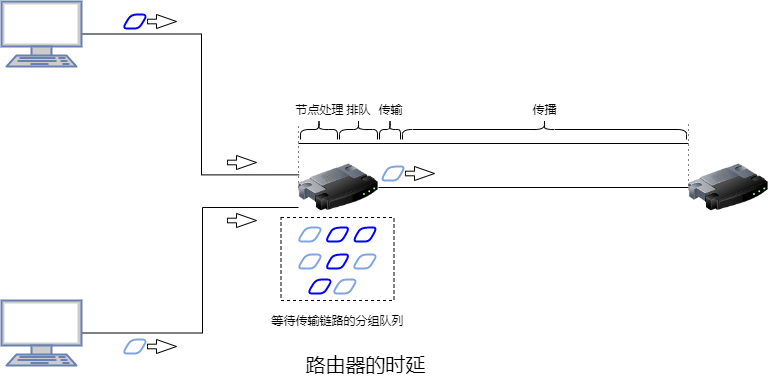
Earlier version of the draw.io export computer-networking/img/total_nodal_delay_of_router.png (an-die-freude/computer-network-note). Source tidied: cells renumbered, new cells last; positions are measured from the earlier drawing's top-left corner, leaving out a move shared by most shapes. The source it was exported from:
```xml
<mxGraphModel>
  <root>
    <mxCell id="0" />
    <mxCell id="1" parent="0" />
    <mxCell id="2" style="edgeStyle=orthogonalEdgeStyle;rounded=0;jettySize=auto;html=1;entryX=0.008;entryY=0.342;entryDx=0;entryDy=0;endArrow=none;endFill=0;entryPerimeter=0;" parent="1" edge="1" source="3">
      <mxGeometry relative="1" as="geometry">
        <mxPoint x="297.6" y="173.4" as="targetPoint" />
        <Array as="points">
          <mxPoint x="200" y="33" />
          <mxPoint x="200" y="173" />
        </Array>
      </mxGeometry>
    </mxCell>
    <mxCell id="3" style="fontColor=#0066CC;verticalAlign=top;verticalLabelPosition=bottom;labelPosition=center;align=center;html=1;outlineConnect=0;fillColor=#CCCCCC;strokeColor=#6881B3;gradientColor=none;gradientDirection=north;strokeWidth=2;shape=mxgraph.networks.terminal;" parent="1" vertex="1">
      <mxGeometry width="80" height="65" as="geometry" />
    </mxCell>
    <mxCell id="4" style="edgeStyle=orthogonalEdgeStyle;rounded=0;jettySize=auto;html=1;entryX=0;entryY=0.75;entryDx=0;entryDy=0;endArrow=none;endFill=0;" parent="1" edge="1" source="5">
      <mxGeometry relative="1" as="geometry">
        <mxPoint x="297" y="206" as="targetPoint" />
        <Array as="points">
          <mxPoint x="201" y="332" />
          <mxPoint x="201" y="206" />
        </Array>
      </mxGeometry>
    </mxCell>
    <mxCell id="5" style="fontColor=#0066CC;verticalAlign=top;verticalLabelPosition=bottom;labelPosition=center;align=center;html=1;outlineConnect=0;fillColor=#CCCCCC;strokeColor=#6881B3;gradientColor=none;gradientDirection=north;strokeWidth=2;shape=mxgraph.networks.terminal;" parent="1" vertex="1">
      <mxGeometry y="299" width="80" height="65" as="geometry" />
    </mxCell>
    <mxCell id="6" style="shape=parallelogram;html=1;strokeWidth=2;perimeter=parallelogramPerimeter;whiteSpace=wrap;rounded=1;arcSize=12;size=0.340001220703125;strokeColor=#0000FF;" parent="1" vertex="1">
      <mxGeometry x="121" y="13" width="25" height="14" as="geometry" />
    </mxCell>
    <mxCell id="7" style="html=1;shadow=0;dashed=0;align=center;verticalAlign=middle;shape=mxgraph.arrows2.arrow;dy=0.67;dx=20;notch=0;" parent="1" vertex="1">
      <mxGeometry x="146" y="13" width="29" height="14" as="geometry" />
    </mxCell>
    <mxCell id="8" style="shape=parallelogram;html=1;strokeWidth=2;perimeter=parallelogramPerimeter;whiteSpace=wrap;rounded=1;arcSize=12;size=0.340001220703125;strokeColor=#7EA6E0;" parent="1" vertex="1">
      <mxGeometry x="121" y="338" width="25" height="14" as="geometry" />
    </mxCell>
    <mxCell id="9" style="html=1;shadow=0;dashed=0;align=center;verticalAlign=middle;shape=mxgraph.arrows2.arrow;dy=0.67;dx=20;notch=0;" parent="1" vertex="1">
      <mxGeometry x="146" y="338" width="29" height="14" as="geometry" />
    </mxCell>
    <mxCell id="10" style="shape=parallelogram;html=1;strokeWidth=2;perimeter=parallelogramPerimeter;whiteSpace=wrap;rounded=1;arcSize=38;size=0.340001220703125;strokeColor=#0000FF;" parent="1" vertex="1">
      <mxGeometry x="323.5" y="226" width="25" height="14" as="geometry" />
    </mxCell>
    <mxCell id="11" style="shape=parallelogram;html=1;strokeWidth=2;perimeter=parallelogramPerimeter;whiteSpace=wrap;rounded=1;arcSize=38;size=0.340001220703125;strokeColor=#0000FF;" parent="1" vertex="1">
      <mxGeometry x="323.5" y="253" width="25" height="14" as="geometry" />
    </mxCell>
    <mxCell id="12" style="shape=parallelogram;html=1;strokeWidth=2;perimeter=parallelogramPerimeter;whiteSpace=wrap;rounded=1;arcSize=38;size=0.340001220703125;strokeColor=#0000FF;" parent="1" vertex="1">
      <mxGeometry x="351" y="226" width="25" height="14" as="geometry" />
    </mxCell>
    <mxCell id="13" style="shape=parallelogram;html=1;strokeWidth=2;perimeter=parallelogramPerimeter;whiteSpace=wrap;rounded=1;arcSize=12;size=0.340001220703125;strokeColor=#7EA6E0;" parent="1" vertex="1">
      <mxGeometry x="296" y="253" width="25" height="14" as="geometry" />
    </mxCell>
    <mxCell id="14" style="shape=parallelogram;html=1;strokeWidth=2;perimeter=parallelogramPerimeter;whiteSpace=wrap;rounded=1;arcSize=12;size=0.340001220703125;strokeColor=#7EA6E0;" parent="1" vertex="1">
      <mxGeometry x="296" y="226" width="25" height="14" as="geometry" />
    </mxCell>
    <mxCell id="15" style="shape=parallelogram;html=1;strokeWidth=2;perimeter=parallelogramPerimeter;whiteSpace=wrap;rounded=1;arcSize=12;size=0.340001220703125;strokeColor=#7EA6E0;" parent="1" vertex="1">
      <mxGeometry x="351" y="253" width="25" height="14" as="geometry" />
    </mxCell>
    <mxCell id="16" style="shape=parallelogram;html=1;strokeWidth=2;perimeter=parallelogramPerimeter;whiteSpace=wrap;rounded=1;arcSize=12;size=0.340001220703125;strokeColor=#0000FF;" parent="1" vertex="1">
      <mxGeometry x="306" y="278" width="25" height="14" as="geometry" />
    </mxCell>
    <mxCell id="17" style="shape=parallelogram;html=1;strokeWidth=2;perimeter=parallelogramPerimeter;whiteSpace=wrap;rounded=1;arcSize=12;size=0.340001220703125;strokeColor=#7EA6E0;" parent="1" vertex="1">
      <mxGeometry x="331" y="278" width="25" height="14" as="geometry" />
    </mxCell>
    <mxCell id="18" style="rounded=0;whiteSpace=wrap;html=1;strokeColor=#000000;fillColor=none;dashed=1;" parent="1" vertex="1">
      <mxGeometry x="279.5" y="216" width="113" height="83" as="geometry" />
    </mxCell>
    <mxCell id="19" value="等待传输链路的分组队列" style="text;html=1;align=center;verticalAlign=middle;strokeColor=none;fillColor=none;" parent="1" vertex="1">
      <mxGeometry x="265" y="311" width="142" height="18" as="geometry" />
    </mxCell>
    <mxCell id="20" style="html=1;shadow=0;dashed=0;align=center;verticalAlign=middle;shape=mxgraph.arrows2.arrow;dy=0.67;dx=20;notch=0;" parent="1" vertex="1">
      <mxGeometry x="404" y="165" width="29" height="14" as="geometry" />
    </mxCell>
    <mxCell id="21" style="shape=parallelogram;html=1;strokeWidth=2;perimeter=parallelogramPerimeter;whiteSpace=wrap;rounded=1;arcSize=50;size=0.340001220703125;strokeColor=#7EA6E0;" parent="1" vertex="1">
      <mxGeometry x="379" y="165" width="25" height="14" as="geometry" />
    </mxCell>
    <mxCell id="22" style="html=1;shadow=0;dashed=0;align=center;verticalAlign=middle;shape=mxgraph.arrows2.arrow;dy=0.67;dx=20;notch=0;" parent="1" vertex="1">
      <mxGeometry x="226" y="154" width="29" height="14" as="geometry" />
    </mxCell>
    <mxCell id="23" style="html=1;shadow=0;dashed=0;align=center;verticalAlign=middle;shape=mxgraph.arrows2.arrow;dy=0.67;dx=20;notch=0;" parent="1" vertex="1">
      <mxGeometry x="226" y="212" width="29" height="14" as="geometry" />
    </mxCell>
    <mxCell id="24" style="edgeStyle=orthogonalEdgeStyle;rounded=0;orthogonalLoop=1;jettySize=auto;html=1;endArrow=none;endFill=0;" parent="1" edge="1">
      <mxGeometry relative="1" as="geometry">
        <mxPoint x="377" y="186" as="sourcePoint" />
        <mxPoint x="687" y="186" as="targetPoint" />
      </mxGeometry>
    </mxCell>
    <mxCell id="25" style="endArrow=none;html=1;rounded=0;endFill=0;" parent="1" edge="1">
      <mxGeometry relative="1" as="geometry">
        <mxPoint x="297" y="142" as="sourcePoint" />
        <mxPoint x="687" y="142" as="targetPoint" />
      </mxGeometry>
    </mxCell>
    <mxCell id="26" style="endArrow=none;html=1;rounded=0;exitX=0;exitY=0.5;exitDx=0;exitDy=0;dashed=1;dashPattern=1 4;" parent="1" edge="1">
      <mxGeometry relative="1" as="geometry">
        <mxPoint x="297" y="186" as="sourcePoint" />
        <mxPoint x="297" y="121" as="targetPoint" />
      </mxGeometry>
    </mxCell>
    <mxCell id="27" style="endArrow=none;html=1;rounded=0;exitX=0;exitY=0.5;exitDx=0;exitDy=0;dashed=1;dashPattern=1 4;" parent="1" edge="1">
      <mxGeometry relative="1" as="geometry">
        <mxPoint x="687" y="184" as="sourcePoint" />
        <mxPoint x="687" y="120" as="targetPoint" />
      </mxGeometry>
    </mxCell>
    <mxCell id="28" style="shape=curlyBracket;whiteSpace=wrap;html=1;rounded=1;flipH=1;direction=south;" parent="1" vertex="1">
      <mxGeometry x="299" y="118" width="37" height="20" as="geometry" />
    </mxCell>
    <mxCell id="29" value="节点处理" style="text;html=1;align=center;verticalAlign=middle;strokeColor=none;fillColor=none;" parent="1" vertex="1">
      <mxGeometry x="288.5" y="100" width="58" height="18" as="geometry" />
    </mxCell>
    <mxCell id="30" style="shape=curlyBracket;whiteSpace=wrap;html=1;rounded=1;flipH=1;direction=south;" parent="1" vertex="1">
      <mxGeometry x="338" y="118" width="38" height="20" as="geometry" />
    </mxCell>
    <mxCell id="31" value="排队" style="text;html=1;align=center;verticalAlign=middle;strokeColor=none;fillColor=none;" parent="1" vertex="1">
      <mxGeometry x="340" y="100" width="34" height="18" as="geometry" />
    </mxCell>
    <mxCell id="32" style="shape=curlyBracket;whiteSpace=wrap;html=1;rounded=1;flipH=1;direction=south;" parent="1" vertex="1">
      <mxGeometry x="378" y="118" width="21" height="20" as="geometry" />
    </mxCell>
    <mxCell id="33" value="传输" style="text;html=1;align=center;verticalAlign=middle;strokeColor=none;fillColor=none;" parent="1" vertex="1">
      <mxGeometry x="371.5" y="100" width="34" height="18" as="geometry" />
    </mxCell>
    <mxCell id="34" style="shape=curlyBracket;whiteSpace=wrap;html=1;rounded=1;flipH=1;direction=south;" parent="1" vertex="1">
      <mxGeometry x="401" y="118" width="284" height="20" as="geometry" />
    </mxCell>
    <mxCell id="35" value="传播" style="text;html=1;align=center;verticalAlign=middle;strokeColor=none;fillColor=none;" parent="1" vertex="1">
      <mxGeometry x="526" y="100" width="34" height="18" as="geometry" />
    </mxCell>
    <mxCell id="36" value="&lt;font style=&quot;font-size: 20px&quot;&gt;路由器的时延&lt;/font&gt;" style="text;html=1;align=center;verticalAlign=middle;strokeColor=none;fillColor=none;" parent="1" vertex="1">
      <mxGeometry x="299" y="352" width="130" height="21" as="geometry" />
    </mxCell>
    <mxCell id="37" style="image;html=1;image=img/lib/clip_art/networking/Router_128x128.png;" parent="1" vertex="1">
      <mxGeometry x="297" y="146" width="80" height="80" as="geometry" />
    </mxCell>
    <mxCell id="38" style="image;html=1;image=img/lib/clip_art/networking/Router_128x128.png;" parent="1" vertex="1">
      <mxGeometry x="687" y="146" width="80" height="80" as="geometry" />
    </mxCell>
  </root>
</mxGraphModel>
```
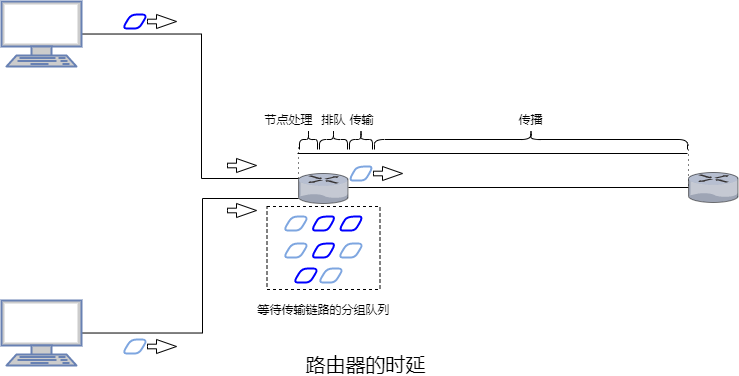
Above is the later version.

Change to the diagram source:
```diff
@@ -2,24 +2,26 @@
   <root>
     <mxCell id="0" />
     <mxCell id="1" parent="0" />
-    <mxCell id="2" style="edgeStyle=orthogonalEdgeStyle;rounded=0;jettySize=auto;html=1;entryX=0.008;entryY=0.342;entryDx=0;entryDy=0;endArrow=none;endFill=0;entryPerimeter=0;" parent="1" edge="1" source="3">
+    <mxCell id="2" style="edgeStyle=orthogonalEdgeStyle;rounded=0;jettySize=auto;html=1;endArrow=none;endFill=0;" parent="1" edge="1" source="3">
       <mxGeometry relative="1" as="geometry">
-        <mxPoint x="297.6" y="173.4" as="targetPoint" />
+        <mxPoint x="297" y="177" as="targetPoint" />
         <Array as="points">
           <mxPoint x="200" y="33" />
-          <mxPoint x="200" y="173" />
+          <mxPoint x="200" y="177" />
+          <mxPoint x="297" y="177" />
         </Array>
       </mxGeometry>
     </mxCell>
     <mxCell id="3" style="fontColor=#0066CC;verticalAlign=top;verticalLabelPosition=bottom;labelPosition=center;align=center;html=1;outlineConnect=0;fillColor=#CCCCCC;strokeColor=#6881B3;gradientColor=none;gradientDirection=north;strokeWidth=2;shape=mxgraph.networks.terminal;" parent="1" vertex="1">
       <mxGeometry width="80" height="65" as="geometry" />
     </mxCell>
-    <mxCell id="4" style="edgeStyle=orthogonalEdgeStyle;rounded=0;jettySize=auto;html=1;entryX=0;entryY=0.75;entryDx=0;entryDy=0;endArrow=none;endFill=0;" parent="1" edge="1" source="5">
+    <mxCell id="4" style="edgeStyle=orthogonalEdgeStyle;rounded=0;jettySize=auto;html=1;endArrow=none;endFill=0;" parent="1" edge="1" source="5">
       <mxGeometry relative="1" as="geometry">
-        <mxPoint x="297" y="206" as="targetPoint" />
+        <mxPoint x="297" y="197" as="targetPoint" />
         <Array as="points">
           <mxPoint x="201" y="332" />
-          <mxPoint x="201" y="206" />
+          <mxPoint x="201" y="197" />
+          <mxPoint x="297" y="197" />
         </Array>
       </mxGeometry>
     </mxCell>
@@ -39,103 +41,103 @@
       <mxGeometry x="146" y="338" width="29" height="14" as="geometry" />
     </mxCell>
     <mxCell id="10" style="shape=parallelogram;html=1;strokeWidth=2;perimeter=parallelogramPerimeter;whiteSpace=wrap;rounded=1;arcSize=38;size=0.340001220703125;strokeColor=#0000FF;" parent="1" vertex="1">
-      <mxGeometry x="323.5" y="226" width="25" height="14" as="geometry" />
+      <mxGeometry x="309.5" y="215" width="25" height="14" as="geometry" />
     </mxCell>
     <mxCell id="11" style="shape=parallelogram;html=1;strokeWidth=2;perimeter=parallelogramPerimeter;whiteSpace=wrap;rounded=1;arcSize=38;size=0.340001220703125;strokeColor=#0000FF;" parent="1" vertex="1">
-      <mxGeometry x="323.5" y="253" width="25" height="14" as="geometry" />
+      <mxGeometry x="309.5" y="242" width="25" height="14" as="geometry" />
     </mxCell>
     <mxCell id="12" style="shape=parallelogram;html=1;strokeWidth=2;perimeter=parallelogramPerimeter;whiteSpace=wrap;rounded=1;arcSize=38;size=0.340001220703125;strokeColor=#0000FF;" parent="1" vertex="1">
-      <mxGeometry x="351" y="226" width="25" height="14" as="geometry" />
+      <mxGeometry x="337" y="215" width="25" height="14" as="geometry" />
     </mxCell>
     <mxCell id="13" style="shape=parallelogram;html=1;strokeWidth=2;perimeter=parallelogramPerimeter;whiteSpace=wrap;rounded=1;arcSize=12;size=0.340001220703125;strokeColor=#7EA6E0;" parent="1" vertex="1">
-      <mxGeometry x="296" y="253" width="25" height="14" as="geometry" />
+      <mxGeometry x="282" y="242" width="25" height="14" as="geometry" />
     </mxCell>
     <mxCell id="14" style="shape=parallelogram;html=1;strokeWidth=2;perimeter=parallelogramPerimeter;whiteSpace=wrap;rounded=1;arcSize=12;size=0.340001220703125;strokeColor=#7EA6E0;" parent="1" vertex="1">
-      <mxGeometry x="296" y="226" width="25" height="14" as="geometry" />
+      <mxGeometry x="282" y="215" width="25" height="14" as="geometry" />
     </mxCell>
     <mxCell id="15" style="shape=parallelogram;html=1;strokeWidth=2;perimeter=parallelogramPerimeter;whiteSpace=wrap;rounded=1;arcSize=12;size=0.340001220703125;strokeColor=#7EA6E0;" parent="1" vertex="1">
-      <mxGeometry x="351" y="253" width="25" height="14" as="geometry" />
+      <mxGeometry x="337" y="242" width="25" height="14" as="geometry" />
     </mxCell>
     <mxCell id="16" style="shape=parallelogram;html=1;strokeWidth=2;perimeter=parallelogramPerimeter;whiteSpace=wrap;rounded=1;arcSize=12;size=0.340001220703125;strokeColor=#0000FF;" parent="1" vertex="1">
-      <mxGeometry x="306" y="278" width="25" height="14" as="geometry" />
+      <mxGeometry x="292" y="267" width="25" height="14" as="geometry" />
     </mxCell>
     <mxCell id="17" style="shape=parallelogram;html=1;strokeWidth=2;perimeter=parallelogramPerimeter;whiteSpace=wrap;rounded=1;arcSize=12;size=0.340001220703125;strokeColor=#7EA6E0;" parent="1" vertex="1">
-      <mxGeometry x="331" y="278" width="25" height="14" as="geometry" />
+      <mxGeometry x="317" y="267" width="25" height="14" as="geometry" />
     </mxCell>
     <mxCell id="18" style="rounded=0;whiteSpace=wrap;html=1;strokeColor=#000000;fillColor=none;dashed=1;" parent="1" vertex="1">
-      <mxGeometry x="279.5" y="216" width="113" height="83" as="geometry" />
+      <mxGeometry x="265.5" y="205" width="113" height="83" as="geometry" />
     </mxCell>
     <mxCell id="19" value="等待传输链路的分组队列" style="text;html=1;align=center;verticalAlign=middle;strokeColor=none;fillColor=none;" parent="1" vertex="1">
-      <mxGeometry x="265" y="311" width="142" height="18" as="geometry" />
+      <mxGeometry x="251" y="300" width="142" height="18" as="geometry" />
     </mxCell>
     <mxCell id="20" style="html=1;shadow=0;dashed=0;align=center;verticalAlign=middle;shape=mxgraph.arrows2.arrow;dy=0.67;dx=20;notch=0;" parent="1" vertex="1">
-      <mxGeometry x="404" y="165" width="29" height="14" as="geometry" />
+      <mxGeometry x="372" y="165" width="29" height="14" as="geometry" />
     </mxCell>
     <mxCell id="21" style="shape=parallelogram;html=1;strokeWidth=2;perimeter=parallelogramPerimeter;whiteSpace=wrap;rounded=1;arcSize=50;size=0.340001220703125;strokeColor=#7EA6E0;" parent="1" vertex="1">
-      <mxGeometry x="379" y="165" width="25" height="14" as="geometry" />
+      <mxGeometry x="347" y="165" width="25" height="14" as="geometry" />
     </mxCell>
     <mxCell id="22" style="html=1;shadow=0;dashed=0;align=center;verticalAlign=middle;shape=mxgraph.arrows2.arrow;dy=0.67;dx=20;notch=0;" parent="1" vertex="1">
-      <mxGeometry x="226" y="154" width="29" height="14" as="geometry" />
+      <mxGeometry x="226" y="157" width="29" height="14" as="geometry" />
     </mxCell>
     <mxCell id="23" style="html=1;shadow=0;dashed=0;align=center;verticalAlign=middle;shape=mxgraph.arrows2.arrow;dy=0.67;dx=20;notch=0;" parent="1" vertex="1">
-      <mxGeometry x="226" y="212" width="29" height="14" as="geometry" />
+      <mxGeometry x="226" y="202" width="29" height="14" as="geometry" />
     </mxCell>
     <mxCell id="24" style="edgeStyle=orthogonalEdgeStyle;rounded=0;orthogonalLoop=1;jettySize=auto;html=1;endArrow=none;endFill=0;" parent="1" edge="1">
       <mxGeometry relative="1" as="geometry">
-        <mxPoint x="377" y="186" as="sourcePoint" />
+        <mxPoint x="347" y="186" as="sourcePoint" />
         <mxPoint x="687" y="186" as="targetPoint" />
       </mxGeometry>
     </mxCell>
     <mxCell id="25" style="endArrow=none;html=1;rounded=0;endFill=0;" parent="1" edge="1">
       <mxGeometry relative="1" as="geometry">
-        <mxPoint x="297" y="142" as="sourcePoint" />
-        <mxPoint x="687" y="142" as="targetPoint" />
+        <mxPoint x="296" y="152" as="sourcePoint" />
+        <mxPoint x="686" y="152" as="targetPoint" />
       </mxGeometry>
     </mxCell>
     <mxCell id="26" style="endArrow=none;html=1;rounded=0;exitX=0;exitY=0.5;exitDx=0;exitDy=0;dashed=1;dashPattern=1 4;" parent="1" edge="1">
       <mxGeometry relative="1" as="geometry">
-        <mxPoint x="297" y="186" as="sourcePoint" />
-        <mxPoint x="297" y="121" as="targetPoint" />
+        <mxPoint x="297" y="177" as="sourcePoint" />
+        <mxPoint x="297" y="142" as="targetPoint" />
       </mxGeometry>
     </mxCell>
     <mxCell id="27" style="endArrow=none;html=1;rounded=0;exitX=0;exitY=0.5;exitDx=0;exitDy=0;dashed=1;dashPattern=1 4;" parent="1" edge="1">
       <mxGeometry relative="1" as="geometry">
         <mxPoint x="687" y="184" as="sourcePoint" />
-        <mxPoint x="687" y="120" as="targetPoint" />
+        <mxPoint x="687" y="142" as="targetPoint" />
       </mxGeometry>
     </mxCell>
     <mxCell id="28" style="shape=curlyBracket;whiteSpace=wrap;html=1;rounded=1;flipH=1;direction=south;" parent="1" vertex="1">
-      <mxGeometry x="299" y="118" width="37" height="20" as="geometry" />
+      <mxGeometry x="298" y="128" width="18" height="20" as="geometry" />
     </mxCell>
     <mxCell id="29" value="节点处理" style="text;html=1;align=center;verticalAlign=middle;strokeColor=none;fillColor=none;" parent="1" vertex="1">
-      <mxGeometry x="288.5" y="100" width="58" height="18" as="geometry" />
+      <mxGeometry x="258" y="110" width="58" height="18" as="geometry" />
     </mxCell>
     <mxCell id="30" style="shape=curlyBracket;whiteSpace=wrap;html=1;rounded=1;flipH=1;direction=south;" parent="1" vertex="1">
-      <mxGeometry x="338" y="118" width="38" height="20" as="geometry" />
+      <mxGeometry x="318" y="128" width="28" height="20" as="geometry" />
     </mxCell>
     <mxCell id="31" value="排队" style="text;html=1;align=center;verticalAlign=middle;strokeColor=none;fillColor=none;" parent="1" vertex="1">
-      <mxGeometry x="340" y="100" width="34" height="18" as="geometry" />
+      <mxGeometry x="315" y="110" width="34" height="18" as="geometry" />
     </mxCell>
     <mxCell id="32" style="shape=curlyBracket;whiteSpace=wrap;html=1;rounded=1;flipH=1;direction=south;" parent="1" vertex="1">
-      <mxGeometry x="378" y="118" width="21" height="20" as="geometry" />
+      <mxGeometry x="348" y="128" width="23" height="20" as="geometry" />
     </mxCell>
     <mxCell id="33" value="传输" style="text;html=1;align=center;verticalAlign=middle;strokeColor=none;fillColor=none;" parent="1" vertex="1">
-      <mxGeometry x="371.5" y="100" width="34" height="18" as="geometry" />
+      <mxGeometry x="342.5" y="110" width="34" height="18" as="geometry" />
     </mxCell>
     <mxCell id="34" style="shape=curlyBracket;whiteSpace=wrap;html=1;rounded=1;flipH=1;direction=south;" parent="1" vertex="1">
-      <mxGeometry x="401" y="118" width="284" height="20" as="geometry" />
+      <mxGeometry x="373" y="128" width="313" height="20" as="geometry" />
     </mxCell>
     <mxCell id="35" value="传播" style="text;html=1;align=center;verticalAlign=middle;strokeColor=none;fillColor=none;" parent="1" vertex="1">
-      <mxGeometry x="526" y="100" width="34" height="18" as="geometry" />
+      <mxGeometry x="512.5" y="110" width="34" height="18" as="geometry" />
     </mxCell>
     <mxCell id="36" value="&lt;font style=&quot;font-size: 20px&quot;&gt;路由器的时延&lt;/font&gt;" style="text;html=1;align=center;verticalAlign=middle;strokeColor=none;fillColor=none;" parent="1" vertex="1">
       <mxGeometry x="299" y="352" width="130" height="21" as="geometry" />
     </mxCell>
-    <mxCell id="37" style="image;html=1;image=img/lib/clip_art/networking/Router_128x128.png;" parent="1" vertex="1">
-      <mxGeometry x="297" y="146" width="80" height="80" as="geometry" />
-    </mxCell>
-    <mxCell id="38" style="image;html=1;image=img/lib/clip_art/networking/Router_128x128.png;" parent="1" vertex="1">
-      <mxGeometry x="687" y="146" width="80" height="80" as="geometry" />
-    </mxCell>
+    <mxCell id="39" style="verticalLabelPosition=bottom;sketch=0;html=1;verticalAlign=top;strokeColor=none;align=center;shape=mxgraph.citrix.router;" parent="1" vertex="1">
+      <mxGeometry x="297" y="172" width="50" height="30" as="geometry" />
+    </mxCell>
+    <mxCell id="40" style="verticalLabelPosition=bottom;sketch=0;html=1;verticalAlign=top;strokeColor=none;align=center;shape=mxgraph.citrix.router;" parent="1" vertex="1">
+      <mxGeometry x="687" y="171" width="50" height="30" as="geometry" />
+    </mxCell>
   </root>
 </mxGraphModel>
```
